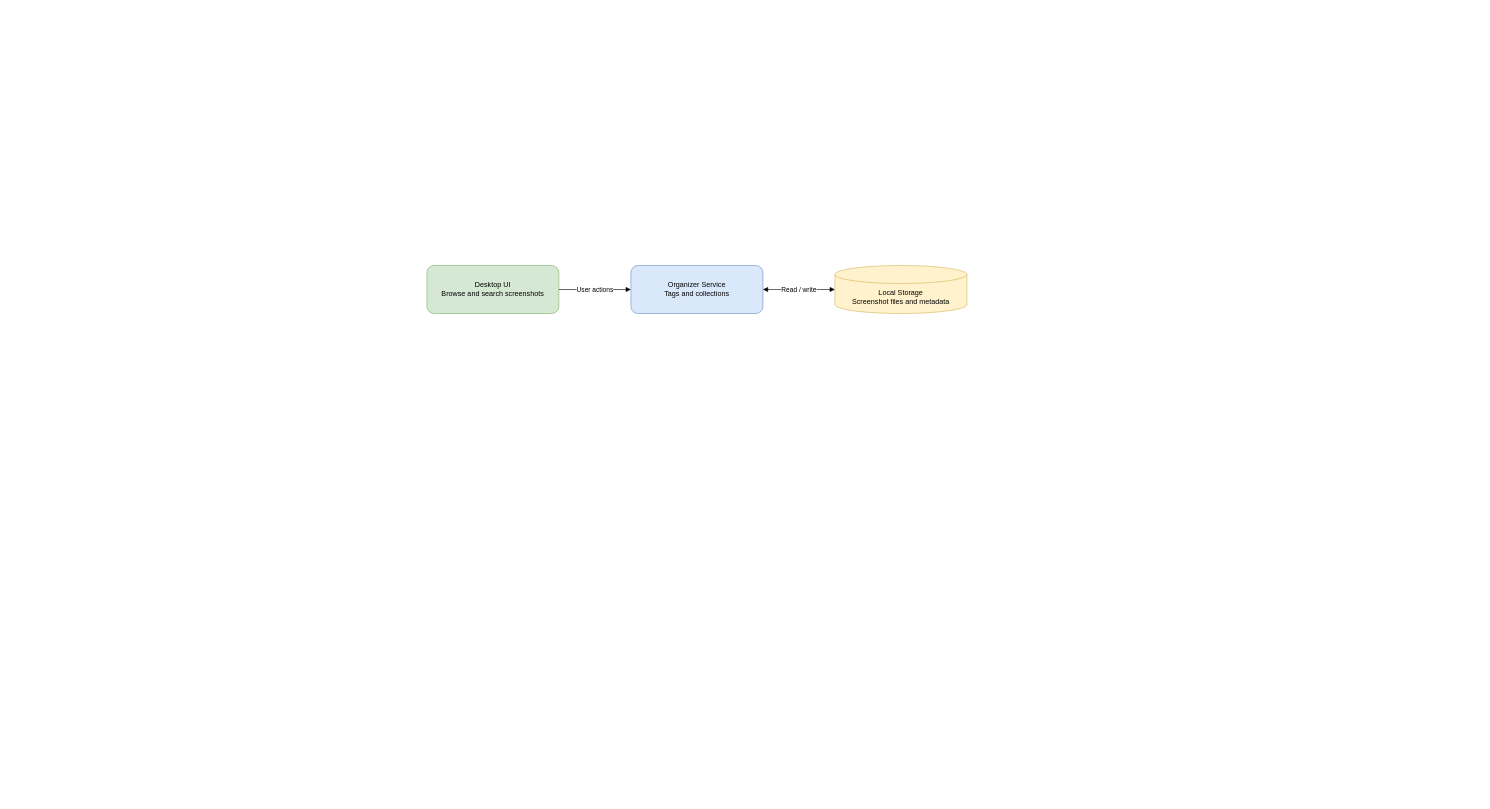
The draw.io diagram docs/system-diagram.drawio in aAa1928/screenshot-organizer, before the edit. Source tidied: cells renumbered, new cells numbered last; positions are measured from the earlier drawing's top-left corner, leaving out a move shared by most shapes. Both pictures are drawn from the tidied source at 60%, with x=0, y=0 at pixel (427, 265).
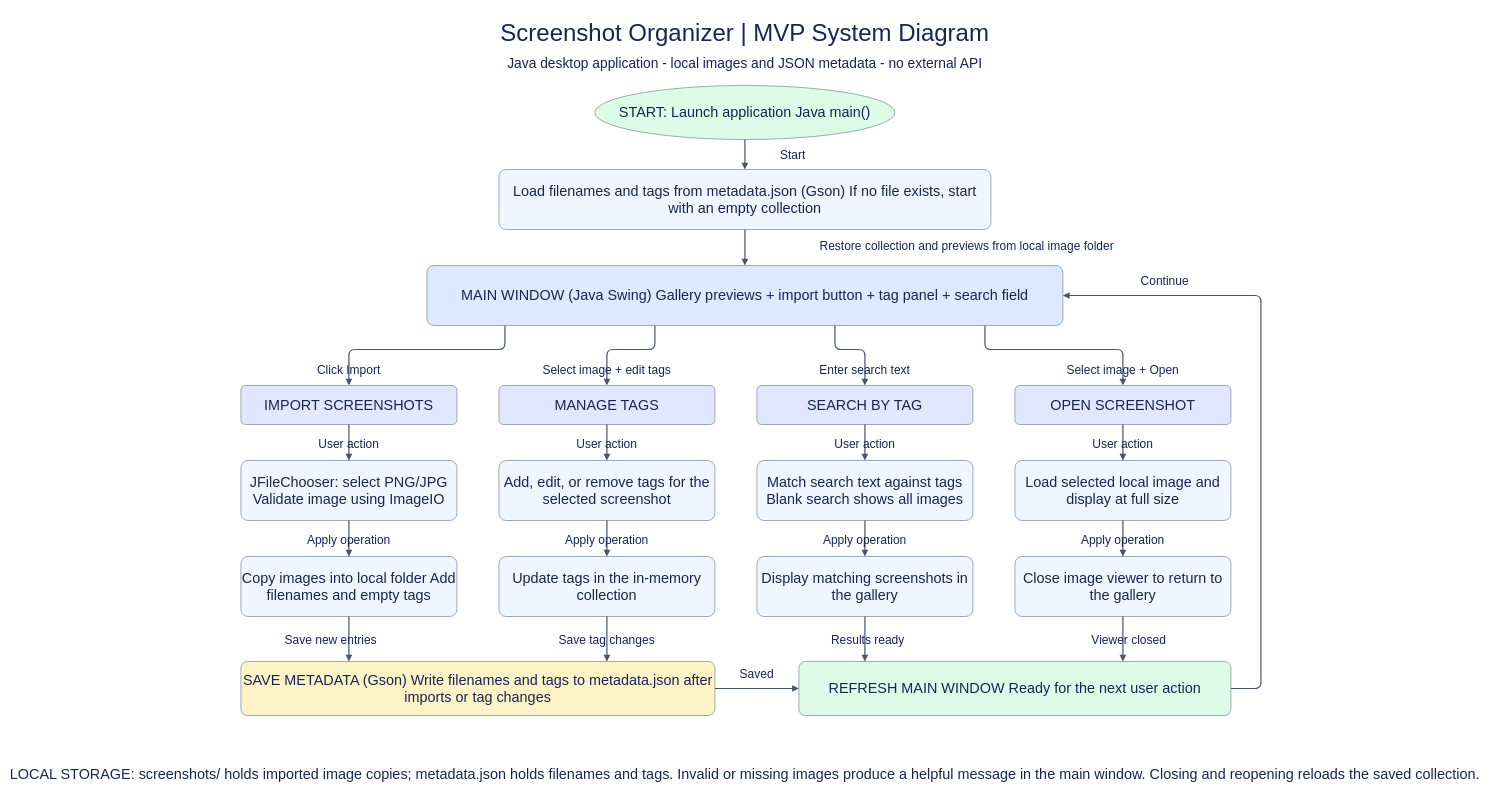
Above is the later version.

What changed in the source:
```diff
@@
+    <mxCell id="7" value="Screenshot Organizer | MVP System Diagram" style="text;html=0;align=center;verticalAlign=middle;fontSize=40;fontColor=#172554;" parent="1" vertex="1">
+      <mxGeometry x="-220" y="-425" width="1500" height="65" as="geometry" />
+    </mxCell>
+    <mxCell id="8" value="Java desktop application - local images and JSON metadata - no external API" style="text;html=0;align=center;verticalAlign=middle;fontSize=23;fontColor=#172554;" parent="1" vertex="1">
+      <mxGeometry x="-220" y="-360" width="1500" height="40" as="geometry" />
+    </mxCell>
+    <mxCell id="9" value="START: Launch application Java main()" style="ellipse;whiteSpace=wrap;html=0;align=center;verticalAlign=middle;fontSize=24;fontColor=#172554;fillColor=#DCFCE7;strokeColor=#64748B;" parent="1" vertex="1">
+      <mxGeometry x="280" y="-300" width="500" height="90" as="geometry" />
+    </mxCell>
+    <mxCell id="10" value="Load filenames and tags from metadata.json (Gson) If no file exists, start with an empty collection" style="rounded=1;arcSize=12;whiteSpace=wrap;html=0;align=center;verticalAlign=middle;fontSize=24;fontColor=#172554;fillColor=#EFF6FF;strokeColor=#64748B;" parent="1" vertex="1">
+      <mxGeometry x="120" y="-160" width="820" height="100" as="geometry" />
+    </mxCell>
-    <mxCell id="2" value="Desktop UI&#10;Browse and search screenshots" style="rounded=1;whiteSpace=wrap;html=1;fillColor=#d5e8d4;strokeColor=#82b366;" parent="1" vertex="1">
-      <mxGeometry width="220" height="80" as="geometry" />
+    <mxCell id="2" value="MAIN WINDOW (Java Swing) Gallery previews + import button + tag panel + search field" style="rounded=1;arcSize=12;whiteSpace=wrap;html=0;align=center;verticalAlign=middle;fontSize=24;fontColor=#172554;fillColor=#DBEAFE;strokeColor=#64748B;" parent="1" vertex="1">
+      <mxGeometry width="1060" height="100" as="geometry" />
     </mxCell>
-    <mxCell id="3" value="Organizer Service&#10;Tags and collections" style="rounded=1;whiteSpace=wrap;html=1;fillColor=#dae8fc;strokeColor=#6c8ebf;" parent="1" vertex="1">
-      <mxGeometry x="340" width="220" height="80" as="geometry" />
-    </mxCell>
-    <mxCell id="4" value="Local Storage&#10;Screenshot files and metadata" style="shape=cylinder3;whiteSpace=wrap;html=1;boundedLbl=1;backgroundOutline=1;size=15;fillColor=#fff2cc;strokeColor=#d6b656;" parent="1" vertex="1">
-      <mxGeometry x="680" width="220" height="80" as="geometry" />
-    </mxCell>
-    <mxCell id="5" value="User actions" style="edgeStyle=orthogonalEdgeStyle;rounded=0;jettySize=auto;html=1;endArrow=block;endFill=1;" parent="1" edge="1" source="2" target="3">
-      <mxGeometry relative="1" as="geometry" />
-    </mxCell>
-    <mxCell id="6" value="Read / write" style="edgeStyle=orthogonalEdgeStyle;rounded=0;jettySize=auto;html=1;endArrow=block;endFill=1;startArrow=block;startFill=1;" parent="1" edge="1" source="3" target="4">
-      <mxGeometry relative="1" as="geometry" />
-    </mxCell>
+    <mxCell id="11" style="edgeStyle=none;endArrow=block;html=0;strokeColor=#475569;strokeWidth=2;" parent="1" edge="1">
+      <mxGeometry relative="1" as="geometry">
+        <mxPoint x="530" y="-210" as="sourcePoint" />
+        <mxPoint x="530" y="-160" as="targetPoint" />
+      </mxGeometry>
+    </mxCell>
+    <mxCell id="12" value="Start" style="text;html=0;align=center;verticalAlign=middle;fontSize=20;fontColor=#172554;" parent="1" vertex="1">
+      <mxGeometry x="550" y="-203" width="120" height="34" as="geometry" />
+    </mxCell>
+    <mxCell id="13" style="edgeStyle=none;endArrow=block;html=0;strokeColor=#475569;strokeWidth=2;" parent="1" edge="1">
+      <mxGeometry relative="1" as="geometry">
+        <mxPoint x="530" y="-60" as="sourcePoint" />
+        <mxPoint x="530" as="targetPoint" />
+      </mxGeometry>
+    </mxCell>
+    <mxCell id="14" value="Restore collection and previews from local image folder" style="text;html=0;align=center;verticalAlign=middle;fontSize=20;fontColor=#172554;" parent="1" vertex="1">
+      <mxGeometry x="550" y="-51" width="700" height="34" as="geometry" />
+    </mxCell>
+    <mxCell id="15" value="IMPORT SCREENSHOTS" style="rounded=1;arcSize=12;whiteSpace=wrap;html=0;align=center;verticalAlign=middle;fontSize=24;fontColor=#172554;fillColor=#E0E7FF;strokeColor=#64748B;" parent="1" vertex="1">
+      <mxGeometry x="-310" y="200" width="360" height="65" as="geometry" />
+    </mxCell>
+    <mxCell id="16" value="JFileChooser: select PNG/JPG Validate image using ImageIO" style="rounded=1;arcSize=12;whiteSpace=wrap;html=0;align=center;verticalAlign=middle;fontSize=24;fontColor=#172554;fillColor=#EFF6FF;strokeColor=#64748B;" parent="1" vertex="1">
+      <mxGeometry x="-310" y="325" width="360" height="100" as="geometry" />
+    </mxCell>
+    <mxCell id="17" value="Copy images into local folder Add filenames and empty tags" style="rounded=1;arcSize=12;whiteSpace=wrap;html=0;align=center;verticalAlign=middle;fontSize=24;fontColor=#172554;fillColor=#EFF6FF;strokeColor=#64748B;" parent="1" vertex="1">
+      <mxGeometry x="-310" y="485" width="360" height="100" as="geometry" />
+    </mxCell>
+    <mxCell id="18" style="edgeStyle=none;endArrow=block;html=0;strokeColor=#475569;strokeWidth=2;" parent="1" edge="1">
+      <mxGeometry relative="1" as="geometry">
+        <mxPoint x="130" y="100" as="sourcePoint" />
+        <mxPoint x="-130" y="200" as="targetPoint" />
+        <Array as="points">
+          <mxPoint x="130" y="140" />
+          <mxPoint x="-130" y="140" />
+        </Array>
+      </mxGeometry>
+    </mxCell>
+    <mxCell id="19" value="Click Import" style="text;html=0;align=center;verticalAlign=middle;fontSize=20;fontColor=#172554;" parent="1" vertex="1">
+      <mxGeometry x="-315" y="155" width="370" height="34" as="geometry" />
+    </mxCell>
+    <mxCell id="20" style="edgeStyle=none;endArrow=block;html=0;strokeColor=#475569;strokeWidth=2;" parent="1" edge="1">
+      <mxGeometry relative="1" as="geometry">
+        <mxPoint x="-130" y="265" as="sourcePoint" />
+        <mxPoint x="-130" y="325" as="targetPoint" />
+      </mxGeometry>
+    </mxCell>
+    <mxCell id="21" value="User action" style="text;html=0;align=center;verticalAlign=middle;fontSize=20;fontColor=#172554;" parent="1" vertex="1">
+      <mxGeometry x="-230" y="278" width="200" height="34" as="geometry" />
+    </mxCell>
+    <mxCell id="22" style="edgeStyle=none;endArrow=block;html=0;strokeColor=#475569;strokeWidth=2;" parent="1" edge="1">
+      <mxGeometry relative="1" as="geometry">
+        <mxPoint x="-130" y="425" as="sourcePoint" />
+        <mxPoint x="-130" y="485" as="targetPoint" />
+      </mxGeometry>
+    </mxCell>
+    <mxCell id="23" value="Apply operation" style="text;html=0;align=center;verticalAlign=middle;fontSize=20;fontColor=#172554;" parent="1" vertex="1">
+      <mxGeometry x="-240" y="438" width="220" height="34" as="geometry" />
+    </mxCell>
+    <mxCell id="24" value="MANAGE TAGS" style="rounded=1;arcSize=12;whiteSpace=wrap;html=0;align=center;verticalAlign=middle;fontSize=24;fontColor=#172554;fillColor=#E0E7FF;strokeColor=#64748B;" parent="1" vertex="1">
+      <mxGeometry x="120" y="200" width="360" height="65" as="geometry" />
+    </mxCell>
+    <mxCell id="25" value="Add, edit, or remove tags for the selected screenshot" style="rounded=1;arcSize=12;whiteSpace=wrap;html=0;align=center;verticalAlign=middle;fontSize=24;fontColor=#172554;fillColor=#EFF6FF;strokeColor=#64748B;" parent="1" vertex="1">
+      <mxGeometry x="120" y="325" width="360" height="100" as="geometry" />
+    </mxCell>
+    <mxCell id="26" value="Update tags in the in-memory collection" style="rounded=1;arcSize=12;whiteSpace=wrap;html=0;align=center;verticalAlign=middle;fontSize=24;fontColor=#172554;fillColor=#EFF6FF;strokeColor=#64748B;" parent="1" vertex="1">
+      <mxGeometry x="120" y="485" width="360" height="100" as="geometry" />
+    </mxCell>
+    <mxCell id="27" style="edgeStyle=none;endArrow=block;html=0;strokeColor=#475569;strokeWidth=2;" parent="1" edge="1">
+      <mxGeometry relative="1" as="geometry">
+        <mxPoint x="380" y="100" as="sourcePoint" />
+        <mxPoint x="300" y="200" as="targetPoint" />
+        <Array as="points">
+          <mxPoint x="380" y="140" />
+          <mxPoint x="300" y="140" />
+        </Array>
+      </mxGeometry>
+    </mxCell>
+    <mxCell id="28" value="Select image + edit tags" style="text;html=0;align=center;verticalAlign=middle;fontSize=20;fontColor=#172554;" parent="1" vertex="1">
+      <mxGeometry x="115" y="155" width="370" height="34" as="geometry" />
+    </mxCell>
+    <mxCell id="29" style="edgeStyle=none;endArrow=block;html=0;strokeColor=#475569;strokeWidth=2;" parent="1" edge="1">
+      <mxGeometry relative="1" as="geometry">
+        <mxPoint x="300" y="265" as="sourcePoint" />
+        <mxPoint x="300" y="325" as="targetPoint" />
+      </mxGeometry>
+    </mxCell>
+    <mxCell id="30" value="User action" style="text;html=0;align=center;verticalAlign=middle;fontSize=20;fontColor=#172554;" parent="1" vertex="1">
+      <mxGeometry x="200" y="278" width="200" height="34" as="geometry" />
+    </mxCell>
+    <mxCell id="31" style="edgeStyle=none;endArrow=block;html=0;strokeColor=#475569;strokeWidth=2;" parent="1" edge="1">
+      <mxGeometry relative="1" as="geometry">
+        <mxPoint x="300" y="425" as="sourcePoint" />
+        <mxPoint x="300" y="485" as="targetPoint" />
+      </mxGeometry>
+    </mxCell>
+    <mxCell id="32" value="Apply operation" style="text;html=0;align=center;verticalAlign=middle;fontSize=20;fontColor=#172554;" parent="1" vertex="1">
+      <mxGeometry x="190" y="438" width="220" height="34" as="geometry" />
+    </mxCell>
+    <mxCell id="33" value="SEARCH BY TAG" style="rounded=1;arcSize=12;whiteSpace=wrap;html=0;align=center;verticalAlign=middle;fontSize=24;fontColor=#172554;fillColor=#E0E7FF;strokeColor=#64748B;" parent="1" vertex="1">
+      <mxGeometry x="550" y="200" width="360" height="65" as="geometry" />
+    </mxCell>
+    <mxCell id="34" value="Match search text against tags Blank search shows all images" style="rounded=1;arcSize=12;whiteSpace=wrap;html=0;align=center;verticalAlign=middle;fontSize=24;fontColor=#172554;fillColor=#EFF6FF;strokeColor=#64748B;" parent="1" vertex="1">
+      <mxGeometry x="550" y="325" width="360" height="100" as="geometry" />
+    </mxCell>
+    <mxCell id="35" value="Display matching screenshots in the gallery" style="rounded=1;arcSize=12;whiteSpace=wrap;html=0;align=center;verticalAlign=middle;fontSize=24;fontColor=#172554;fillColor=#EFF6FF;strokeColor=#64748B;" parent="1" vertex="1">
+      <mxGeometry x="550" y="485" width="360" height="100" as="geometry" />
+    </mxCell>
+    <mxCell id="36" style="edgeStyle=none;endArrow=block;html=0;strokeColor=#475569;strokeWidth=2;" parent="1" edge="1">
+      <mxGeometry relative="1" as="geometry">
+        <mxPoint x="680" y="100" as="sourcePoint" />
+        <mxPoint x="730" y="200" as="targetPoint" />
+        <Array as="points">
+          <mxPoint x="680" y="140" />
+          <mxPoint x="730" y="140" />
+        </Array>
+      </mxGeometry>
+    </mxCell>
+    <mxCell id="37" value="Enter search text" style="text;html=0;align=center;verticalAlign=middle;fontSize=20;fontColor=#172554;" parent="1" vertex="1">
+      <mxGeometry x="545" y="155" width="370" height="34" as="geometry" />
+    </mxCell>
+    <mxCell id="38" style="edgeStyle=none;endArrow=block;html=0;strokeColor=#475569;strokeWidth=2;" parent="1" edge="1">
+      <mxGeometry relative="1" as="geometry">
+        <mxPoint x="730" y="265" as="sourcePoint" />
+        <mxPoint x="730" y="325" as="targetPoint" />
+      </mxGeometry>
+    </mxCell>
+    <mxCell id="39" value="User action" style="text;html=0;align=center;verticalAlign=middle;fontSize=20;fontColor=#172554;" parent="1" vertex="1">
+      <mxGeometry x="630" y="278" width="200" height="34" as="geometry" />
+    </mxCell>
+    <mxCell id="40" style="edgeStyle=none;endArrow=block;html=0;strokeColor=#475569;strokeWidth=2;" parent="1" edge="1">
+      <mxGeometry relative="1" as="geometry">
+        <mxPoint x="730" y="425" as="sourcePoint" />
+        <mxPoint x="730" y="485" as="targetPoint" />
+      </mxGeometry>
+    </mxCell>
+    <mxCell id="41" value="Apply operation" style="text;html=0;align=center;verticalAlign=middle;fontSize=20;fontColor=#172554;" parent="1" vertex="1">
+      <mxGeometry x="620" y="438" width="220" height="34" as="geometry" />
+    </mxCell>
+    <mxCell id="42" value="OPEN SCREENSHOT" style="rounded=1;arcSize=12;whiteSpace=wrap;html=0;align=center;verticalAlign=middle;fontSize=24;fontColor=#172554;fillColor=#E0E7FF;strokeColor=#64748B;" parent="1" vertex="1">
+      <mxGeometry x="980" y="200" width="360" height="65" as="geometry" />
+    </mxCell>
+    <mxCell id="43" value="Load selected local image and display at full size" style="rounded=1;arcSize=12;whiteSpace=wrap;html=0;align=center;verticalAlign=middle;fontSize=24;fontColor=#172554;fillColor=#EFF6FF;strokeColor=#64748B;" parent="1" vertex="1">
+      <mxGeometry x="980" y="325" width="360" height="100" as="geometry" />
+    </mxCell>
+    <mxCell id="44" value="Close image viewer to return to the gallery" style="rounded=1;arcSize=12;whiteSpace=wrap;html=0;align=center;verticalAlign=middle;fontSize=24;fontColor=#172554;fillColor=#EFF6FF;strokeColor=#64748B;" parent="1" vertex="1">
+      <mxGeometry x="980" y="485" width="360" height="100" as="geometry" />
+    </mxCell>
+    <mxCell id="45" style="edgeStyle=none;endArrow=block;html=0;strokeColor=#475569;strokeWidth=2;" parent="1" edge="1">
+      <mxGeometry relative="1" as="geometry">
+        <mxPoint x="930" y="100" as="sourcePoint" />
+        <mxPoint x="1160" y="200" as="targetPoint" />
+        <Array as="points">
+          <mxPoint x="930" y="140" />
+          <mxPoint x="1160" y="140" />
+        </Array>
+      </mxGeometry>
+    </mxCell>
+    <mxCell id="46" value="Select image + Open" style="text;html=0;align=center;verticalAlign=middle;fontSize=20;fontColor=#172554;" parent="1" vertex="1">
+      <mxGeometry x="975" y="155" width="370" height="34" as="geometry" />
+    </mxCell>
+    <mxCell id="47" style="edgeStyle=none;endArrow=block;html=0;strokeColor=#475569;strokeWidth=2;" parent="1" edge="1">
+      <mxGeometry relative="1" as="geometry">
+        <mxPoint x="1160" y="265" as="sourcePoint" />
+        <mxPoint x="1160" y="325" as="targetPoint" />
+      </mxGeometry>
+    </mxCell>
+    <mxCell id="48" value="User action" style="text;html=0;align=center;verticalAlign=middle;fontSize=20;fontColor=#172554;" parent="1" vertex="1">
+      <mxGeometry x="1060" y="278" width="200" height="34" as="geometry" />
+    </mxCell>
+    <mxCell id="49" style="edgeStyle=none;endArrow=block;html=0;strokeColor=#475569;strokeWidth=2;" parent="1" edge="1">
+      <mxGeometry relative="1" as="geometry">
+        <mxPoint x="1160" y="425" as="sourcePoint" />
+        <mxPoint x="1160" y="485" as="targetPoint" />
+      </mxGeometry>
+    </mxCell>
+    <mxCell id="50" value="Apply operation" style="text;html=0;align=center;verticalAlign=middle;fontSize=20;fontColor=#172554;" parent="1" vertex="1">
+      <mxGeometry x="1050" y="438" width="220" height="34" as="geometry" />
+    </mxCell>
+    <mxCell id="51" value="SAVE METADATA (Gson) Write filenames and tags to metadata.json after imports or tag changes" style="rounded=1;arcSize=12;whiteSpace=wrap;html=0;align=center;verticalAlign=middle;fontSize=24;fontColor=#172554;fillColor=#FEF3C7;strokeColor=#64748B;" parent="1" vertex="1">
+      <mxGeometry x="-310" y="660" width="790" height="90" as="geometry" />
+    </mxCell>
+    <mxCell id="52" value="REFRESH MAIN WINDOW Ready for the next user action" style="rounded=1;arcSize=12;whiteSpace=wrap;html=0;align=center;verticalAlign=middle;fontSize=24;fontColor=#172554;fillColor=#DCFCE7;strokeColor=#64748B;" parent="1" vertex="1">
+      <mxGeometry x="620" y="660" width="720" height="90" as="geometry" />
+    </mxCell>
+    <mxCell id="53" style="edgeStyle=none;endArrow=block;html=0;strokeColor=#475569;strokeWidth=2;" parent="1" edge="1">
+      <mxGeometry relative="1" as="geometry">
+        <mxPoint x="-130" y="585" as="sourcePoint" />
+        <mxPoint x="-130" y="660" as="targetPoint" />
+      </mxGeometry>
+    </mxCell>
+    <mxCell id="54" value="Save new entries" style="text;html=0;align=center;verticalAlign=middle;fontSize=20;fontColor=#172554;" parent="1" vertex="1">
+      <mxGeometry x="-310" y="605" width="300" height="34" as="geometry" />
+    </mxCell>
+    <mxCell id="55" style="edgeStyle=none;endArrow=block;html=0;strokeColor=#475569;strokeWidth=2;" parent="1" edge="1">
+      <mxGeometry relative="1" as="geometry">
+        <mxPoint x="300" y="585" as="sourcePoint" />
+        <mxPoint x="300" y="660" as="targetPoint" />
+      </mxGeometry>
+    </mxCell>
+    <mxCell id="56" value="Save tag changes" style="text;html=0;align=center;verticalAlign=middle;fontSize=20;fontColor=#172554;" parent="1" vertex="1">
+      <mxGeometry x="140" y="605" width="320" height="34" as="geometry" />
+    </mxCell>
+    <mxCell id="57" style="edgeStyle=none;endArrow=block;html=0;strokeColor=#475569;strokeWidth=2;" parent="1" edge="1">
+      <mxGeometry relative="1" as="geometry">
+        <mxPoint x="730" y="585" as="sourcePoint" />
+        <mxPoint x="730" y="660" as="targetPoint" />
+      </mxGeometry>
+    </mxCell>
+    <mxCell id="58" value="Results ready" style="text;html=0;align=center;verticalAlign=middle;fontSize=20;fontColor=#172554;" parent="1" vertex="1">
+      <mxGeometry x="590" y="605" width="290" height="34" as="geometry" />
+    </mxCell>
+    <mxCell id="59" style="edgeStyle=none;endArrow=block;html=0;strokeColor=#475569;strokeWidth=2;" parent="1" edge="1">
+      <mxGeometry relative="1" as="geometry">
+        <mxPoint x="1160" y="585" as="sourcePoint" />
+        <mxPoint x="1160" y="660" as="targetPoint" />
+      </mxGeometry>
+    </mxCell>
+    <mxCell id="60" value="Viewer closed" style="text;html=0;align=center;verticalAlign=middle;fontSize=20;fontColor=#172554;" parent="1" vertex="1">
+      <mxGeometry x="1020" y="605" width="300" height="34" as="geometry" />
+    </mxCell>
+    <mxCell id="61" style="edgeStyle=none;endArrow=block;html=0;strokeColor=#475569;strokeWidth=2;" parent="1" edge="1">
+      <mxGeometry relative="1" as="geometry">
+        <mxPoint x="480" y="705" as="sourcePoint" />
+        <mxPoint x="620" y="705" as="targetPoint" />
+      </mxGeometry>
+    </mxCell>
+    <mxCell id="62" value="Saved" style="text;html=0;align=center;verticalAlign=middle;fontSize=20;fontColor=#172554;" parent="1" vertex="1">
+      <mxGeometry x="480" y="662" width="140" height="34" as="geometry" />
+    </mxCell>
+    <mxCell id="63" style="edgeStyle=none;endArrow=block;html=0;strokeColor=#475569;strokeWidth=2;" parent="1" edge="1">
+      <mxGeometry relative="1" as="geometry">
+        <mxPoint x="1340" y="705" as="sourcePoint" />
+        <mxPoint x="1060" y="50" as="targetPoint" />
+        <Array as="points">
+          <mxPoint x="1390" y="705" />
+          <mxPoint x="1390" y="50" />
+        </Array>
+      </mxGeometry>
+    </mxCell>
+    <mxCell id="64" value="Continue" style="text;html=0;align=center;verticalAlign=middle;fontSize=20;fontColor=#172554;" parent="1" vertex="1">
+      <mxGeometry x="1140" y="7" width="180" height="34" as="geometry" />
+    </mxCell>
+    <mxCell id="65" value="LOCAL STORAGE: screenshots/ holds imported image copies; metadata.json holds filenames and tags. Invalid or missing images produce a helpful message in the main window. Closing and reopening reloads the saved collection." style="text;html=0;align=center;verticalAlign=middle;fontSize=24;fontColor=#172554;" parent="1" vertex="1">
+      <mxGeometry x="-280" y="800" width="1620" height="90" as="geometry" />
+    </mxCell>
```
